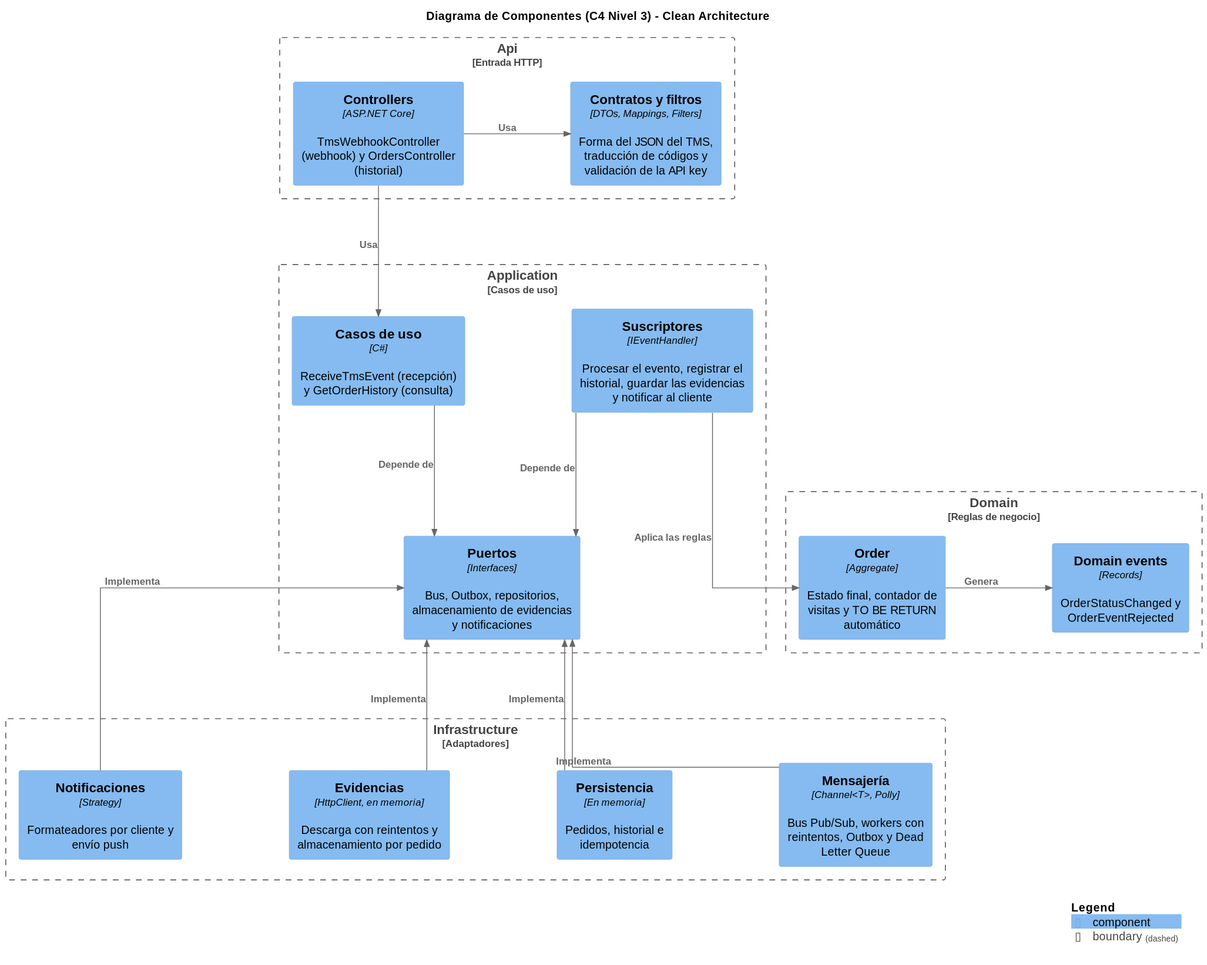
Above: docs/diagrams/components.svg in Carlou134/tms-oms-integration (PlantUML), before the change.
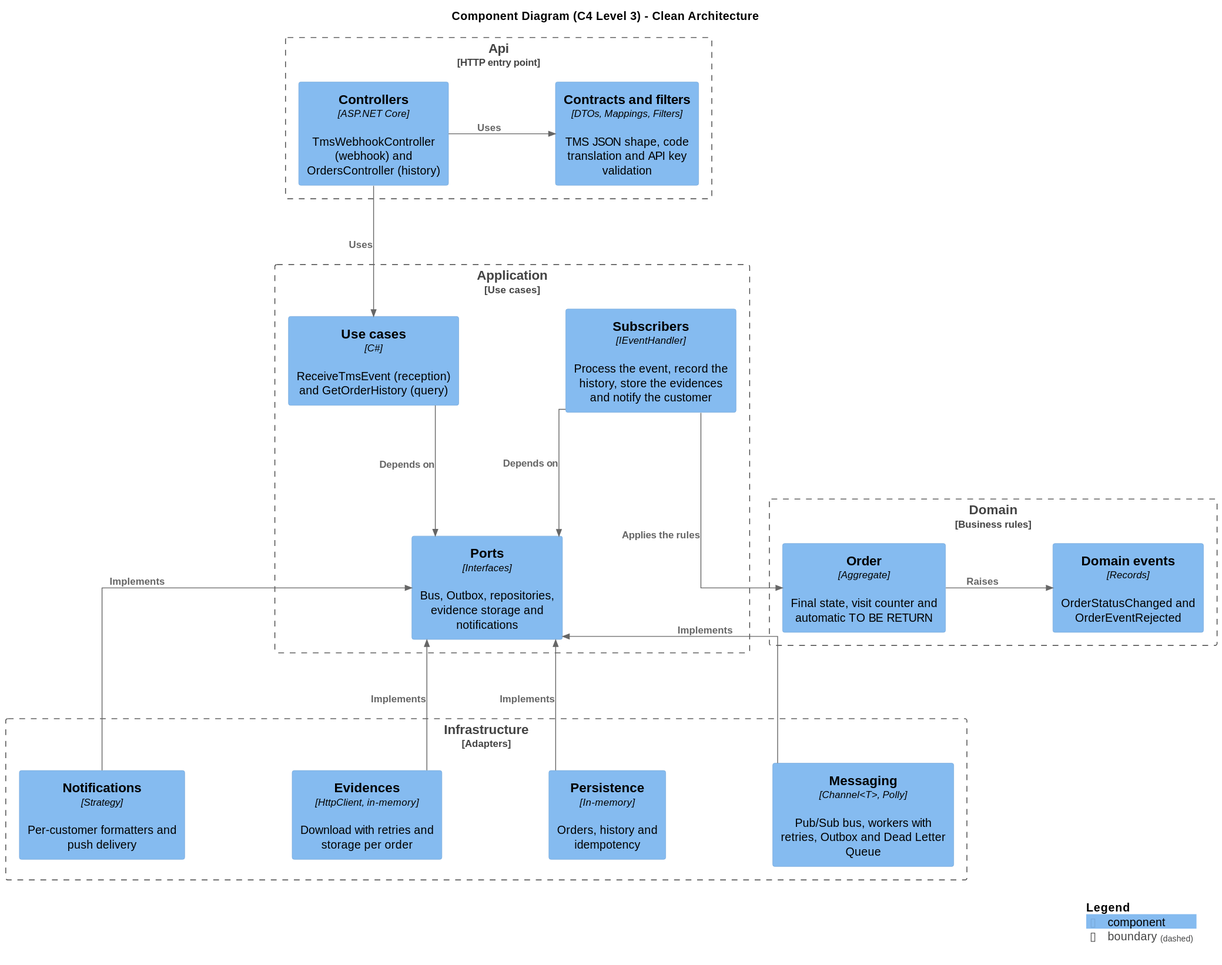
Above is the later version.

Diff of the diagram source:
```diff
@@ -6,42 +6,42 @@
 skinparam ranksep 150
 skinparam nodesep 130
 
-title Diagrama de Componentes (C4 Nivel 3) - Clean Architecture
+title Component Diagram (C4 Level 3) - Clean Architecture
 
-Boundary(apiLayer, "Api", "Entrada HTTP") {
-    Component(controllers, "Controllers", "ASP.NET Core", "TmsWebhookController (webhook) y OrdersController (historial)")
-    Component(apiSupport, "Contratos y filtros", "DTOs, Mappings, Filters", "Forma del JSON del TMS, traducción de códigos y validación de la API key")
+Boundary(apiLayer, "Api", "HTTP entry point") {
+    Component(controllers, "Controllers", "ASP.NET Core", "TmsWebhookController (webhook) and OrdersController (history)")
+    Component(apiSupport, "Contracts and filters", "DTOs, Mappings, Filters", "TMS JSON shape, code translation and API key validation")
 }
 
-Boundary(applicationLayer, "Application", "Casos de uso") {
-    Component(useCases, "Casos de uso", "C#", "ReceiveTmsEvent (recepción) y GetOrderHistory (consulta)")
-    Component(handlers, "Suscriptores", "IEventHandler", "Procesar el evento, registrar el historial, guardar las evidencias y notificar al cliente")
-    Component(ports, "Puertos", "Interfaces", "Bus, Outbox, repositorios, almacenamiento de evidencias y notificaciones")
+Boundary(applicationLayer, "Application", "Use cases") {
+    Component(useCases, "Use cases", "C#", "ReceiveTmsEvent (reception) and GetOrderHistory (query)")
+    Component(handlers, "Subscribers", "IEventHandler", "Process the event, record the history, store the evidences and notify the customer")
+    Component(ports, "Ports", "Interfaces", "Bus, Outbox, repositories, evidence storage and notifications")
 }
 
-Boundary(domainLayer, "Domain", "Reglas de negocio") {
-    Component(order, "Order", "Aggregate", "Estado final, contador de visitas y TO BE RETURN automático")
-    Component(domainEvents, "Domain events", "Records", "OrderStatusChanged y OrderEventRejected")
+Boundary(domainLayer, "Domain", "Business rules") {
+    Component(order, "Order", "Aggregate", "Final state, visit counter and automatic TO BE RETURN")
+    Component(domainEvents, "Domain events", "Records", "OrderStatusChanged and OrderEventRejected")
 }
 
-Boundary(infrastructureLayer, "Infrastructure", "Adaptadores") {
-    Component(messaging, "Mensajería", "Channel<T>, Polly", "Bus Pub/Sub, workers con reintentos, Outbox y Dead Letter Queue")
-    Component(persistence, "Persistencia", "En memoria", "Pedidos, historial e idempotencia")
-    Component(evidences, "Evidencias", "HttpClient, en memoria", "Descarga con reintentos y almacenamiento por pedido")
-    Component(notifications, "Notificaciones", "Strategy", "Formateadores por cliente y envío push")
+Boundary(infrastructureLayer, "Infrastructure", "Adapters") {
+    Component(messaging, "Messaging", "Channel<T>, Polly", "Pub/Sub bus, workers with retries, Outbox and Dead Letter Queue")
+    Component(persistence, "Persistence", "In-memory", "Orders, history and idempotency")
+    Component(evidences, "Evidences", "HttpClient, in-memory", "Download with retries and storage per order")
+    Component(notifications, "Notifications", "Strategy", "Per-customer formatters and push delivery")
 }
 
-Rel_D(controllers, useCases, "Usa")
-Rel_R(controllers, apiSupport, "Usa")
-Rel_D(useCases, ports, "Depende de")
-Rel_D(handlers, ports, "Depende de")
-Rel_D(handlers, order, "Aplica las reglas")
-Rel_R(order, domainEvents, "Genera")
+Rel_D(controllers, useCases, "Uses")
+Rel_R(controllers, apiSupport, "Uses")
+Rel_D(useCases, ports, "Depends on")
+Rel_D(handlers, ports, "Depends on")
+Rel_D(handlers, order, "Applies the rules")
+Rel_R(order, domainEvents, "Raises")
 
-Rel_U(messaging, ports, "Implementa")
-Rel_U(persistence, ports, "Implementa")
-Rel_U(evidences, ports, "Implementa")
-Rel_U(notifications, ports, "Implementa")
+Rel_U(messaging, ports, "Implements")
+Rel_U(persistence, ports, "Implements")
+Rel_U(evidences, ports, "Implements")
+Rel_U(notifications, ports, "Implements")
 
 SHOW_LEGEND()
 @enduml
```
